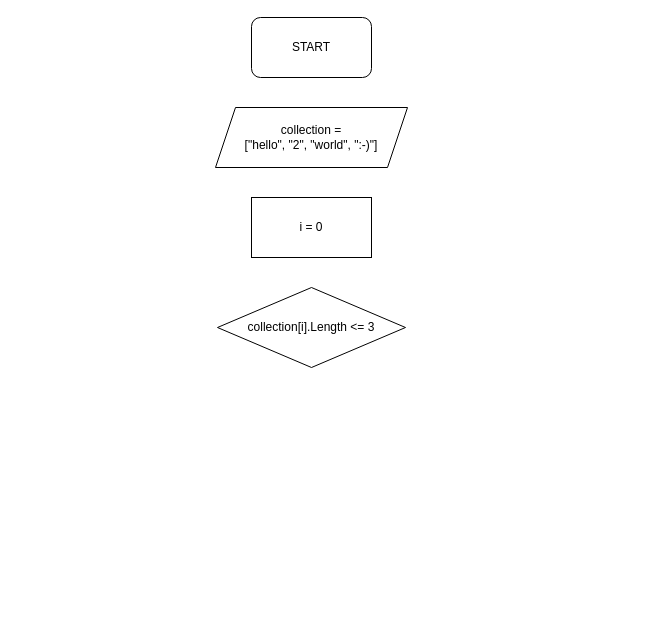
Above: FINALPROJECT.drawio in KovgardVA/GB_FinalProject (draw.io), before the change. Source tidied: cells renumbered, new cells numbered last; positions are measured from the earlier drawing's top-left corner, leaving out a move shared by most shapes. Both pictures are drawn from the tidied source at 100%, with x=0, y=0 at pixel (215, 17).
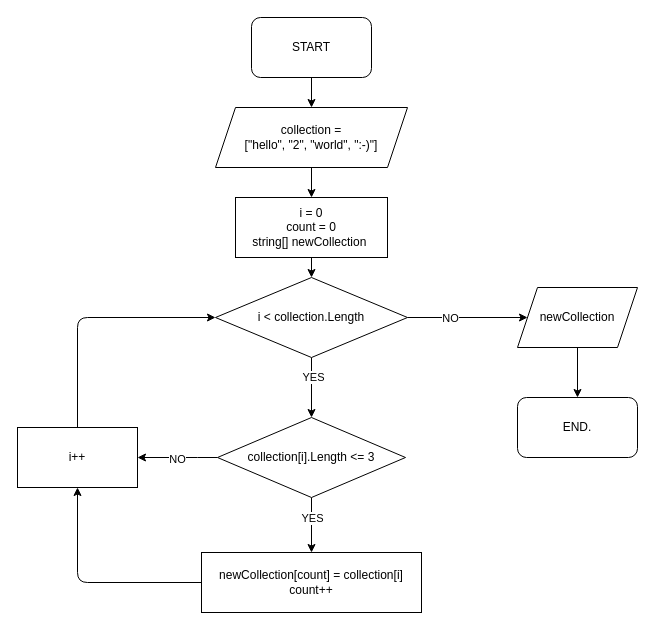
The same diagram, later.

Commit message:
Var names changed.

The change refers to these unchanged cells:
```xml
<mxCell id="2" value="START" style="rounded=1;whiteSpace=wrap;html=1;" parent="1" vertex="1">
  <mxGeometry x="36" width="120" height="60" as="geometry" />
</mxCell>
<mxCell id="3" value="collection = &lt;br&gt;[&quot;hello&quot;, &quot;2&quot;, &quot;world&quot;, &quot;:-)&quot;]" style="shape=parallelogram;perimeter=parallelogramPerimeter;whiteSpace=wrap;html=1;fixedSize=1;" parent="1" vertex="1">
  <mxGeometry y="90" width="192" height="60" as="geometry" />
</mxCell>
```

Diff of the diagram source:
```diff
@@
+    <mxCell id="6" style="edgeStyle=none;html=1;exitX=0.5;exitY=1;exitDx=0;exitDy=0;entryX=0.5;entryY=0;entryDx=0;entryDy=0;" parent="1" edge="1" source="2" target="3">
+      <mxGeometry relative="1" as="geometry" />
+    </mxCell>
@@
+    <mxCell id="7" style="edgeStyle=none;html=1;exitX=0.5;exitY=1;exitDx=0;exitDy=0;entryX=0.5;entryY=0;entryDx=0;entryDy=0;" parent="1" edge="1" source="3" target="5">
+      <mxGeometry relative="1" as="geometry" />
+    </mxCell>
@@
+    <mxCell id="8" style="edgeStyle=none;html=1;exitX=0.5;exitY=1;exitDx=0;exitDy=0;entryX=0.5;entryY=0;entryDx=0;entryDy=0;" parent="1" edge="1" source="4" target="22">
+      <mxGeometry relative="1" as="geometry" />
+    </mxCell>
+    <mxCell id="9" value="YES" style="edgeLabel;html=1;align=center;verticalAlign=middle;" parent="8" vertex="1">
+      <mxGeometry x="0.35" relative="1" as="geometry">
+        <mxPoint y="-17" as="offset" />
+      </mxGeometry>
+    </mxCell>
+    <mxCell id="10" style="edgeStyle=none;html=1;exitX=0;exitY=0.5;exitDx=0;exitDy=0;entryX=1;entryY=0.5;entryDx=0;entryDy=0;" parent="1" edge="1" source="4" target="23">
+      <mxGeometry relative="1" as="geometry">
+        <Array as="points">
+          <mxPoint x="-28" y="440" />
+        </Array>
+      </mxGeometry>
+    </mxCell>
+    <mxCell id="11" value="NO" style="edgeLabel;html=1;align=center;verticalAlign=middle;" parent="10" vertex="1">
+      <mxGeometry x="0.03" y="1" relative="1" as="geometry" />
+    </mxCell>
     <mxCell id="4" value="collection[i].Length &amp;lt;= 3" style="rhombus;whiteSpace=wrap;html=1;" parent="1" vertex="1">
-      <mxGeometry x="2" y="270" width="188" height="80" as="geometry" />
+      <mxGeometry x="2" y="400" width="188" height="80" as="geometry" />
     </mxCell>
+    <mxCell id="12" style="edgeStyle=none;html=1;exitX=0.5;exitY=1;exitDx=0;exitDy=0;entryX=0.5;entryY=0;entryDx=0;entryDy=0;" parent="1" edge="1" source="5" target="17">
+      <mxGeometry relative="1" as="geometry" />
+    </mxCell>
-    <mxCell id="5" value="i = 0&lt;br&gt;" style="rounded=0;whiteSpace=wrap;html=1;" parent="1" vertex="1">
-      <mxGeometry x="36" y="180" width="120" height="60" as="geometry" />
+    <mxCell id="5" value="i = 0&lt;br&gt;count = 0&lt;br&gt;string[] newCollection&amp;nbsp;" style="rounded=0;whiteSpace=wrap;html=1;" parent="1" vertex="1">
+      <mxGeometry x="20" y="180" width="152" height="60" as="geometry" />
     </mxCell>
+    <mxCell id="13" style="edgeStyle=none;html=1;exitX=0.5;exitY=1;exitDx=0;exitDy=0;entryX=0.5;entryY=0;entryDx=0;entryDy=0;" parent="1" edge="1" source="17" target="4">
+      <mxGeometry relative="1" as="geometry" />
+    </mxCell>
+    <mxCell id="14" value="YES" style="edgeLabel;html=1;align=center;verticalAlign=middle;" parent="13" vertex="1">
+      <mxGeometry x="-0.37" y="1" relative="1" as="geometry" />
+    </mxCell>
+    <mxCell id="15" style="edgeStyle=none;html=1;exitX=1;exitY=0.5;exitDx=0;exitDy=0;entryX=0;entryY=0.5;entryDx=0;entryDy=0;" parent="1" edge="1" source="17" target="19">
+      <mxGeometry relative="1" as="geometry" />
+    </mxCell>
+    <mxCell id="16" value="NO" style="edgeLabel;html=1;align=center;verticalAlign=middle;" parent="15" vertex="1">
+      <mxGeometry x="-0.3" relative="1" as="geometry" />
+    </mxCell>
+    <mxCell id="17" value="i &amp;lt; collection.Length" style="rhombus;whiteSpace=wrap;html=1;" parent="1" vertex="1">
+      <mxGeometry y="260" width="192" height="80" as="geometry" />
+    </mxCell>
+    <mxCell id="18" style="edgeStyle=none;html=1;exitX=0.5;exitY=1;exitDx=0;exitDy=0;" parent="1" edge="1" source="19" target="20">
+      <mxGeometry relative="1" as="geometry" />
+    </mxCell>
+    <mxCell id="19" value="newCollection" style="shape=parallelogram;perimeter=parallelogramPerimeter;whiteSpace=wrap;html=1;fixedSize=1;" parent="1" vertex="1">
+      <mxGeometry x="302" y="270" width="120" height="60" as="geometry" />
+    </mxCell>
+    <mxCell id="20" value="END." style="rounded=1;whiteSpace=wrap;html=1;" parent="1" vertex="1">
+      <mxGeometry x="302" y="380" width="120" height="60" as="geometry" />
+    </mxCell>
+    <mxCell id="21" style="edgeStyle=none;html=1;exitX=0;exitY=0.5;exitDx=0;exitDy=0;entryX=0.5;entryY=1;entryDx=0;entryDy=0;" parent="1" edge="1" source="22" target="23">
+      <mxGeometry relative="1" as="geometry">
+        <Array as="points">
+          <mxPoint x="-138" y="565" />
+        </Array>
+      </mxGeometry>
+    </mxCell>
+    <mxCell id="22" value="newCollection[count] = collection[i]&lt;br&gt;count++" style="rounded=0;whiteSpace=wrap;html=1;" parent="1" vertex="1">
+      <mxGeometry x="-14" y="535" width="220" height="60" as="geometry" />
+    </mxCell>
+    <mxCell id="23" value="i++" style="rounded=0;whiteSpace=wrap;html=1;" parent="1" vertex="1">
+      <mxGeometry x="-198" y="410" width="120" height="60" as="geometry" />
+    </mxCell>
+    <mxCell id="24" style="edgeStyle=none;html=1;exitX=0.5;exitY=0;exitDx=0;exitDy=0;entryX=0;entryY=0.5;entryDx=0;entryDy=0;" parent="1" edge="1" source="23" target="17">
+      <mxGeometry relative="1" as="geometry">
+        <Array as="points">
+          <mxPoint x="-138" y="300" />
+        </Array>
+      </mxGeometry>
+    </mxCell>
```
